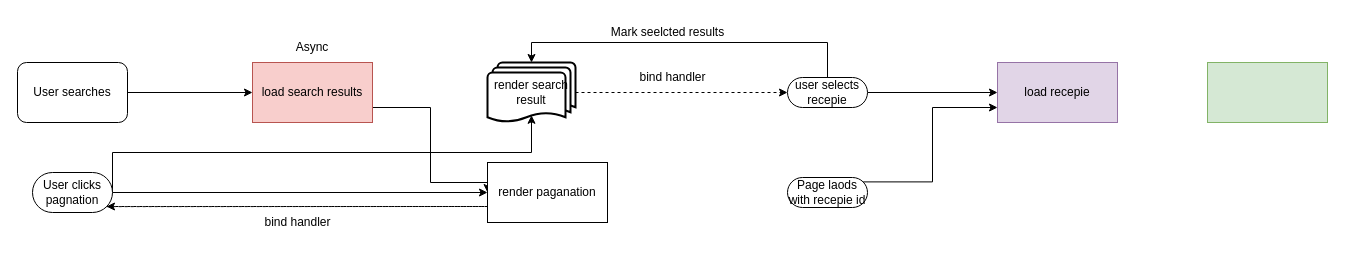
Above: Forkapp.drawio in aldohu/forkapp (draw.io), before the change. Source tidied: cells renumbered, new cells numbered last; positions are measured from the earlier drawing's top-left corner, leaving out a move shared by most shapes. Both pictures are drawn from the tidied source at 100%, with x=0, y=0 at pixel (17, 17).
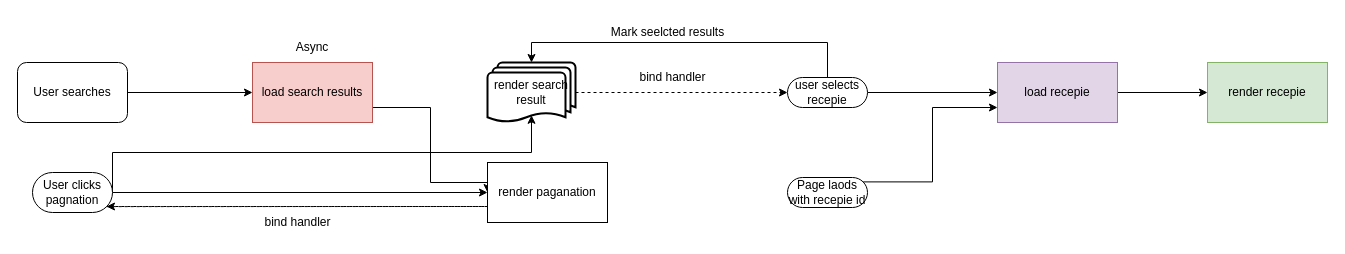
After the change.

Unchanged cells that the change refers to:
```xml
<mxCell id="20" value="load recepie" style="rounded=0;whiteSpace=wrap;html=1;fillColor=#e1d5e7;strokeColor=#9673a6;" parent="1" vertex="1">
  <mxGeometry x="980" y="45" width="120" height="60" as="geometry" />
</mxCell>
```

Diff of the diagram source:
```diff
@@
+    <mxCell id="24" style="edgeStyle=orthogonalEdgeStyle;rounded=0;jettySize=auto;html=1;exitX=1;exitY=0.5;exitDx=0;exitDy=0;entryX=0;entryY=0.5;entryDx=0;entryDy=0;" parent="1" edge="1" source="20" target="23">
+      <mxGeometry relative="1" as="geometry" />
+    </mxCell>
@@
-    <mxCell id="23" style="rounded=0;whiteSpace=wrap;html=1;fillColor=#d5e8d4;strokeColor=#82b366;" parent="1" vertex="1">
+    <mxCell id="23" value="render recepie" style="rounded=0;whiteSpace=wrap;html=1;fillColor=#d5e8d4;strokeColor=#82b366;" parent="1" vertex="1">
       <mxGeometry x="1190" y="45" width="120" height="60" as="geometry" />
     </mxCell>
```
